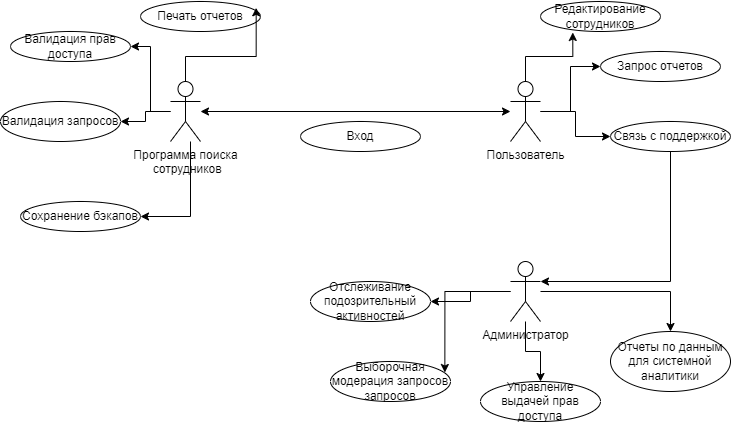
Malginn/Labs_TSU keeps this draw.io diagram as 6трпо1.drawio.png. Above is the earlier version. Source tidied: cells renumbered, new cells last; positions are measured from the earlier drawing's top-left corner, leaving out a move shared by most shapes.
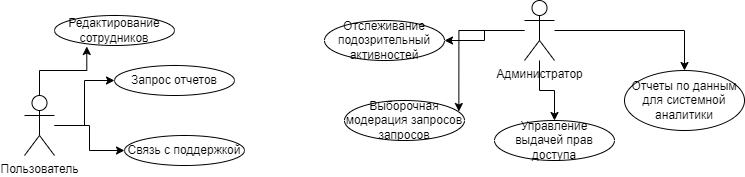
The same diagram one commit later.

Diff of the diagram source:
```diff
@@ -2,22 +2,6 @@
   <root>
     <mxCell id="0" />
     <mxCell id="1" parent="0" />
-    <mxCell id="2" style="edgeStyle=orthogonalEdgeStyle;rounded=0;jettySize=auto;html=1;entryX=1;entryY=0.5;entryDx=0;entryDy=0;" parent="1" edge="1" source="5" target="16">
-      <mxGeometry relative="1" as="geometry" />
-    </mxCell>
-    <mxCell id="3" style="edgeStyle=orthogonalEdgeStyle;rounded=0;jettySize=auto;html=1;entryX=1;entryY=0.5;entryDx=0;entryDy=0;" parent="1" edge="1" source="5" target="21">
-      <mxGeometry relative="1" as="geometry" />
-    </mxCell>
-    <mxCell id="4" style="edgeStyle=orthogonalEdgeStyle;rounded=0;jettySize=auto;html=1;entryX=1;entryY=0.5;entryDx=0;entryDy=0;" parent="1" edge="1" source="5" target="23">
-      <mxGeometry relative="1" as="geometry">
-        <Array as="points">
-          <mxPoint x="190" y="215" />
-        </Array>
-      </mxGeometry>
-    </mxCell>
-    <mxCell id="5" value="Программа поиска&lt;br&gt;&amp;nbsp;сотрудников" style="shape=umlActor;verticalLabelPosition=bottom;verticalAlign=top;html=1;outlineConnect=0;" parent="1" vertex="1">
-      <mxGeometry x="170" y="80" width="30" height="60" as="geometry" />
-    </mxCell>
     <mxCell id="6" style="edgeStyle=orthogonalEdgeStyle;rounded=0;jettySize=auto;html=1;" parent="1" edge="1" source="8" target="14">
       <mxGeometry relative="1" as="geometry" />
     </mxCell>
@@ -25,36 +9,20 @@
       <mxGeometry relative="1" as="geometry" />
     </mxCell>
     <mxCell id="8" value="Пользователь" style="shape=umlActor;verticalLabelPosition=bottom;verticalAlign=top;html=1;outlineConnect=0;" parent="1" vertex="1">
-      <mxGeometry x="510" y="80" width="30" height="60" as="geometry" />
+      <mxGeometry x="10" y="355" width="30" height="60" as="geometry" />
     </mxCell>
-    <mxCell id="9" style="endArrow=classic;startArrow=classic;html=1;rounded=0;" parent="1" edge="1" source="5" target="8">
-      <mxGeometry relative="1" as="geometry" />
-    </mxCell>
-    <mxCell id="10" value="Вход" style="ellipse;whiteSpace=wrap;html=1;" parent="1" vertex="1">
-      <mxGeometry x="300" y="120" width="120" height="30" as="geometry" />
-    </mxCell>
     <mxCell id="11" value="Редактирование сотрудников" style="ellipse;whiteSpace=wrap;html=1;" parent="1" vertex="1">
-      <mxGeometry x="540" width="120" height="30" as="geometry" />
+      <mxGeometry x="40" y="275" width="120" height="30" as="geometry" />
     </mxCell>
     <mxCell id="12" value="Запрос отчетов" style="ellipse;whiteSpace=wrap;html=1;" parent="1" vertex="1">
-      <mxGeometry x="600" y="50" width="120" height="30" as="geometry" />
+      <mxGeometry x="100" y="325" width="120" height="30" as="geometry" />
     </mxCell>
-    <mxCell id="13" style="edgeStyle=orthogonalEdgeStyle;rounded=0;jettySize=auto;html=1;" parent="1" edge="1" source="14" target="20">
-      <mxGeometry relative="1" as="geometry">
-        <Array as="points">
-          <mxPoint x="670" y="280" />
-        </Array>
-      </mxGeometry>
-    </mxCell>
     <mxCell id="14" value="Связь с поддержкой" style="ellipse;whiteSpace=wrap;html=1;" parent="1" vertex="1">
-      <mxGeometry x="610" y="120" width="120" height="30" as="geometry" />
+      <mxGeometry x="110" y="395" width="120" height="30" as="geometry" />
     </mxCell>
     <mxCell id="15" style="edgeStyle=orthogonalEdgeStyle;rounded=0;jettySize=auto;html=1;entryX=0.269;entryY=1.033;entryDx=0;entryDy=0;entryPerimeter=0;" parent="1" edge="1" source="8" target="11">
       <mxGeometry relative="1" as="geometry" />
     </mxCell>
-    <mxCell id="16" value="Валидация прав доступа" style="ellipse;whiteSpace=wrap;html=1;" parent="1" vertex="1">
-      <mxGeometry x="10" y="30" width="120" height="30" as="geometry" />
-    </mxCell>
     <mxCell id="17" style="edgeStyle=orthogonalEdgeStyle;rounded=0;jettySize=auto;html=1;" parent="1" edge="1" source="20" target="25">
       <mxGeometry relative="1" as="geometry" />
     </mxCell>
@@ -67,18 +35,6 @@
     <mxCell id="20" value="Администратор" style="shape=umlActor;verticalLabelPosition=bottom;verticalAlign=top;html=1;outlineConnect=0;" parent="1" vertex="1">
       <mxGeometry x="510" y="260" width="30" height="60" as="geometry" />
     </mxCell>
-    <mxCell id="21" value="Валидация запросов" style="ellipse;whiteSpace=wrap;html=1;" parent="1" vertex="1">
-      <mxGeometry y="100" width="120" height="40" as="geometry" />
-    </mxCell>
-    <mxCell id="22" value="Печать отчетов" style="ellipse;whiteSpace=wrap;html=1;" parent="1" vertex="1">
-      <mxGeometry x="140" width="120" height="30" as="geometry" />
-    </mxCell>
-    <mxCell id="23" value="Сохранение бэкапов" style="ellipse;whiteSpace=wrap;html=1;" parent="1" vertex="1">
-      <mxGeometry x="20" y="200" width="120" height="30" as="geometry" />
-    </mxCell>
-    <mxCell id="24" style="edgeStyle=orthogonalEdgeStyle;rounded=0;jettySize=auto;html=1;entryX=0.964;entryY=0.211;entryDx=0;entryDy=0;entryPerimeter=0;" parent="1" edge="1" source="5" target="22">
-      <mxGeometry relative="1" as="geometry" />
-    </mxCell>
     <mxCell id="25" value="Отслеживание подозрительный активностей" style="ellipse;whiteSpace=wrap;html=1;" parent="1" vertex="1">
       <mxGeometry x="310" y="280" width="120" height="40" as="geometry" />
     </mxCell>
```
